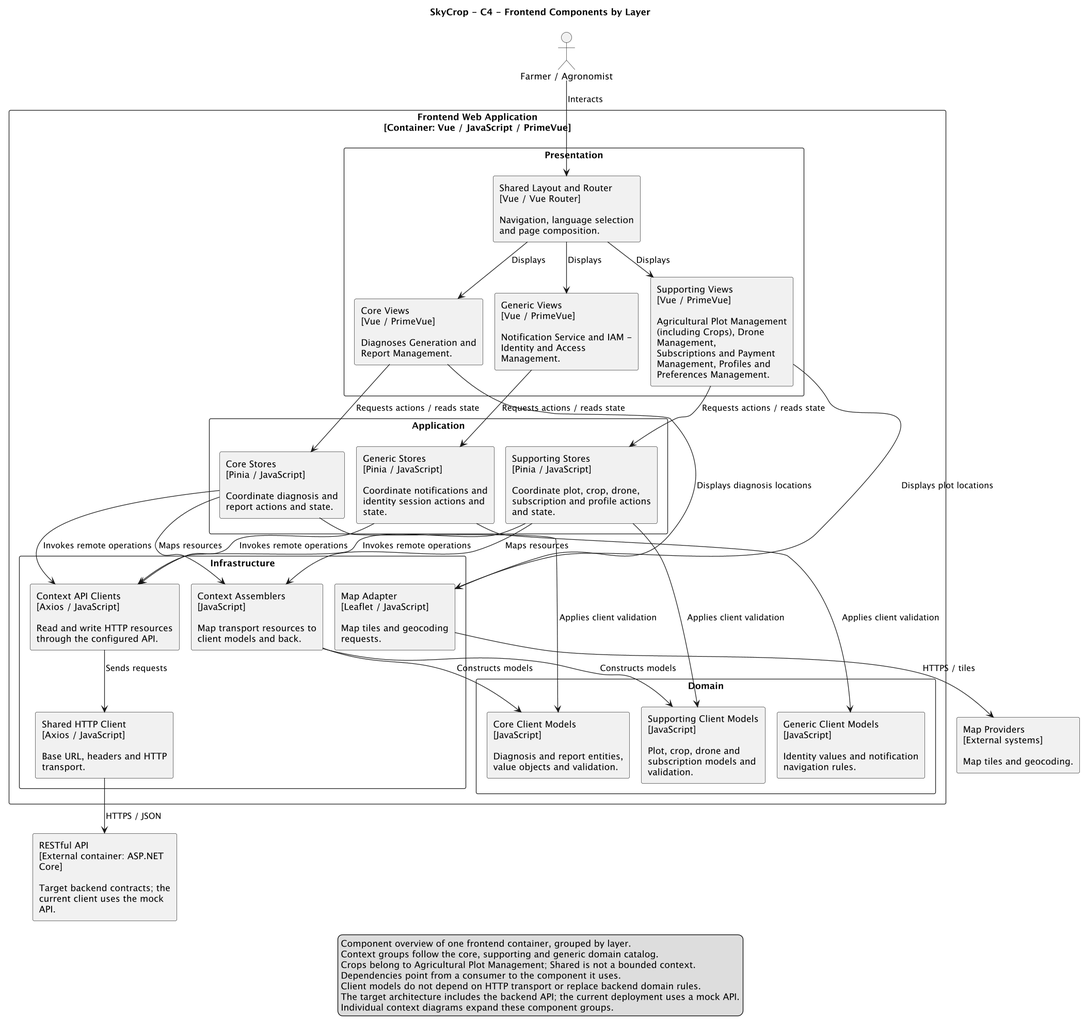
This is resources/imgs/Software Architecture Diagram/Components-Frontend.png from upc-pre-202620-1asi0730-8093-greentech/skycrop-report, a PlantUML export, as it was before one commit. Source of this version:
```plantuml
@startuml
!pragma layout smetana
skinparam monochrome true
skinparam shadowing false
skinparam dpi 120
skinparam defaultFontName SansSerif
skinparam componentStyle rectangle
skinparam wrapWidth 220
skinparam nodesep 35
skinparam ranksep 50
top to bottom direction
title SkyCrop - C4 - Frontend Components by Layer
actor "Farmer / Agronomist" as user
rectangle "Frontend Web Application\n[Container: Vue / JavaScript / PrimeVue]" {
rectangle "Presentation" {
component "Shared Layout and Router\n[Vue / Vue Router]\n\nNavigation, language selection and page composition." as layout
component "Core Views\n[Vue / PrimeVue]\n\nDiagnoses Generation and Report Management." as coreViews
component "Supporting Views\n[Vue / PrimeVue]\n\nAgricultural Plot Management (including Crops), Drone Management,\nSubscriptions and Payment Management, Profiles and Preferences Management." as supportingViews
component "Generic Views\n[Vue / PrimeVue]\n\nNotification Service and IAM - Identity and Access Management." as genericViews
}
rectangle "Application" {
component "Core Stores\n[Pinia / JavaScript]\n\nCoordinate diagnosis and report actions and state." as coreStores
component "Supporting Stores\n[Pinia / JavaScript]\n\nCoordinate plot, crop, drone, subscription and profile actions and state." as supportingStores
component "Generic Stores\n[Pinia / JavaScript]\n\nCoordinate notifications and identity session actions and state." as genericStores
}
rectangle "Domain" {
component "Core Client Models\n[JavaScript]\n\nDiagnosis and report entities, value objects and validation." as coreModels
component "Supporting Client Models\n[JavaScript]\n\nPlot, crop, drone and subscription models and validation." as supportingModels
component "Generic Client Models\n[JavaScript]\n\nIdentity values and notification navigation rules." as genericModels
}
rectangle "Infrastructure" {
component "Context API Clients\n[Axios / JavaScript]\n\nRead and write HTTP resources through the configured API." as clients
component "Context Assemblers\n[JavaScript]\n\nMap transport resources to client models and back." as assemblers
component "Shared HTTP Client\n[Axios / JavaScript]\n\nBase URL, headers and HTTP transport." as http
component "Map Adapter\n[Leaflet / JavaScript]\n\nMap tiles and geocoding requests." as mapsAdapter
}
}
component "RESTful API\n[External container: ASP.NET Core]\n\nTarget backend contracts; the current client uses the mock API." as api
component "Map Providers\n[External systems]\n\nMap tiles and geocoding." as maps
user --> layout : Interacts
layout --> coreViews : Displays
layout --> supportingViews : Displays
layout --> genericViews : Displays
coreViews --> coreStores : Requests actions / reads state
supportingViews --> supportingStores : Requests actions / reads state
genericViews --> genericStores : Requests actions / reads state
coreStores --> coreModels : Applies client validation
supportingStores --> supportingModels : Applies client validation
genericStores --> genericModels : Applies client validation
coreStores --> clients : Invokes remote operations
supportingStores --> clients : Invokes remote operations
genericStores --> clients : Invokes remote operations
coreStores --> assemblers : Maps resources
supportingStores --> assemblers : Maps resources
assemblers --> coreModels : Constructs models
assemblers --> supportingModels : Constructs models
clients --> http : Sends requests
http --> api : HTTPS / JSON
supportingViews --> mapsAdapter : Displays plot locations
coreViews --> mapsAdapter : Displays diagnosis locations
mapsAdapter --> maps : HTTPS / tiles
coreViews -[hidden]right-> supportingViews
supportingViews -[hidden]right-> genericViews
coreStores -[hidden]right-> supportingStores
supportingStores -[hidden]right-> genericStores
coreModels -[hidden]right-> supportingModels
supportingModels -[hidden]right-> genericModels
coreModels -[hidden]down-> clients
legend bottom
Component overview of one frontend container, grouped by layer.
Context groups follow the core, supporting and generic domain catalog.
Crops belong to Agricultural Plot Management; Shared is not a bounded context.
Dependencies point from a consumer to the component it uses.
Client models do not depend on HTTP transport or replace backend domain rules.
The target architecture includes the backend API; the current deployment uses a mock API.
Individual context diagrams expand these component groups.
endlegend
@enduml
```
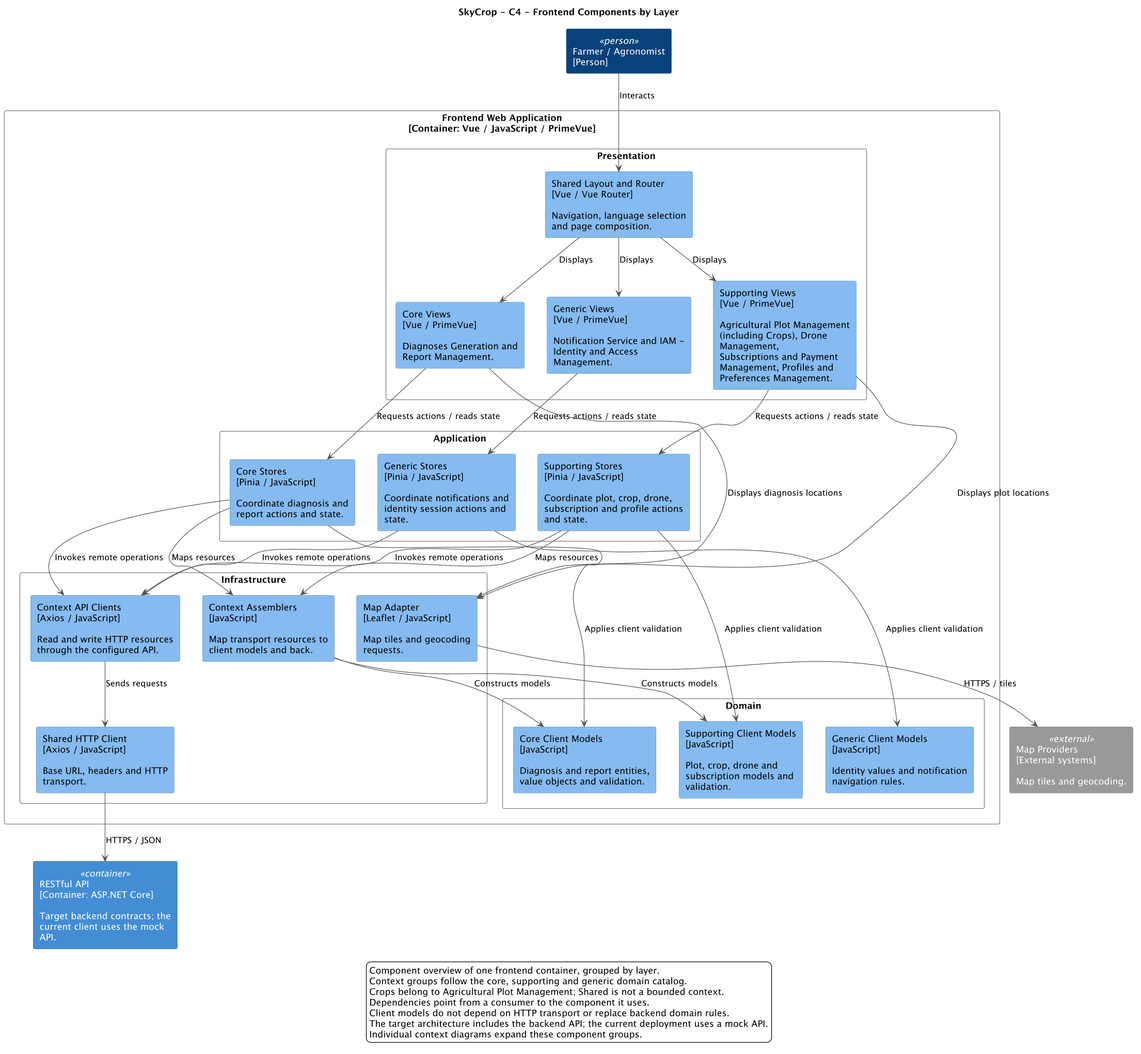
Above is the later version.

Diff of the diagram source:
```diff
@@ -1,6 +1,40 @@
 @startuml
-!pragma layout smetana
-skinparam monochrome true
+skinparam monochrome false
+skinparam backgroundColor #ffffff
+skinparam actorStyle rectangle
+skinparam actor {
+  BackgroundColor #08427b
+  BorderColor #08427b
+  FontColor #ffffff
+}
+skinparam component {
+  BackgroundColor #85bbf0
+  BorderColor #5b8bb1
+  FontColor #000000
+  BackgroundColor<<container>> #438dd5
+  BorderColor<<container>> #2e6295
+  FontColor<<container>> #ffffff
+  BackgroundColor<<external>> #999999
+  BorderColor<<external>> #777777
+  FontColor<<external>> #ffffff
+  BackgroundColor<<system>> #1168bd
+  BorderColor<<system>> #0b4884
+  FontColor<<system>> #ffffff
+}
+skinparam database {
+  BackgroundColor #438dd5
+  BorderColor #2e6295
+  FontColor #ffffff
+}
+skinparam rectangle {
+  BackgroundColor<<person>> #08427b
+  BorderColor<<person>> #08427b
+  FontColor<<person>> #ffffff
+  BackgroundColor #ffffff
+  BorderColor #777777
+  FontColor #000000
+}
+skinparam ArrowColor #555555
 skinparam shadowing false
 skinparam dpi 120
 skinparam defaultFontName SansSerif
@@ -10,7 +44,7 @@
 skinparam ranksep 50
 top to bottom direction
 title SkyCrop - C4 - Frontend Components by Layer
-actor "Farmer / Agronomist" as user
+rectangle "Farmer / Agronomist\n[Person]" as user <<person>>
 rectangle "Frontend Web Application\n[Container: Vue / JavaScript / PrimeVue]" {
 rectangle "Presentation" {
 component "Shared Layout and Router\n[Vue / Vue Router]\n\nNavigation, language selection and page composition." as layout
@@ -35,8 +69,8 @@
 component "Map Adapter\n[Leaflet / JavaScript]\n\nMap tiles and geocoding requests." as mapsAdapter
 }
 }
-component "RESTful API\n[External container: ASP.NET Core]\n\nTarget backend contracts; the current client uses the mock API." as api
-component "Map Providers\n[External systems]\n\nMap tiles and geocoding." as maps
+component "RESTful API\n[Container: ASP.NET Core]\n\nTarget backend contracts; the current client uses the mock API." as api <<container>>
+component "Map Providers\n[External systems]\n\nMap tiles and geocoding." as maps <<external>>
 user --> layout : Interacts
 layout --> coreViews : Displays
 layout --> supportingViews : Displays
```
